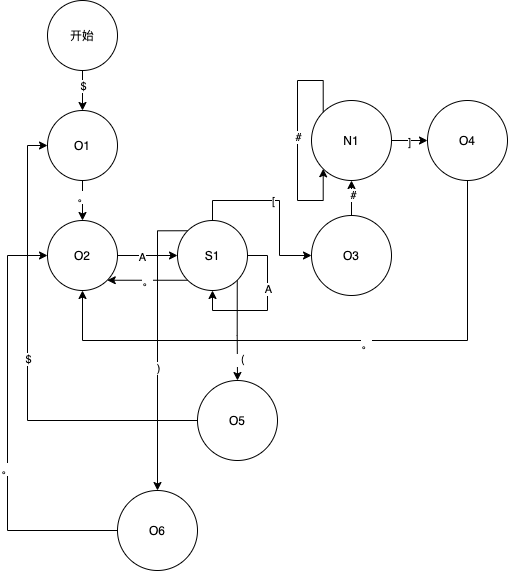
Above: status.png in Lydanne/ctxexp-parser (draw.io), before the change. Source tidied: cells renumbered, new cells last; positions are measured from the earlier drawing's top-left corner, leaving out a move shared by most shapes.
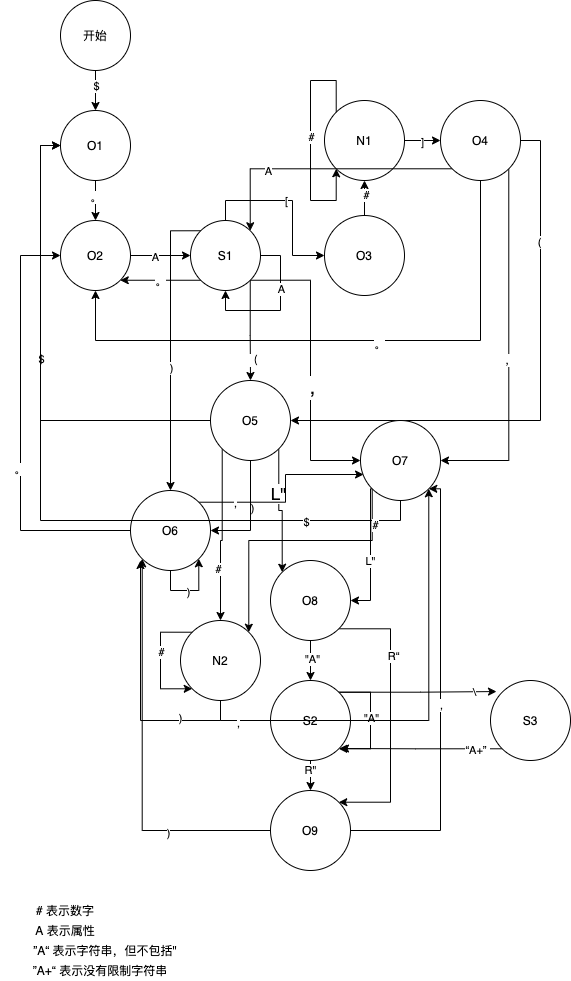
After the commit.

The edit, as a diff of the source:
```diff
@@ -68,6 +68,15 @@
     <mxCell id="21" value=")" style="edgeLabel;html=1;align=center;verticalAlign=middle;" parent="20" vertex="1">
       <mxGeometry x="0.15" relative="1" as="geometry" />
     </mxCell>
+    <mxCell id="40" style="edgeStyle=orthogonalEdgeStyle;rounded=0;jettySize=auto;html=1;exitX=1;exitY=1;exitDx=0;exitDy=0;entryX=0;entryY=0.5;entryDx=0;entryDy=0;" parent="1" edge="1" source="22" target="63">
+      <mxGeometry relative="1" as="geometry" />
+    </mxCell>
+    <mxCell id="41" value="," style="edgeLabel;html=1;align=center;verticalAlign=middle;" parent="40" vertex="1">
+      <mxGeometry x="0.08" y="1" relative="1" as="geometry" />
+    </mxCell>
+    <mxCell id="42" value="&lt;font style=&quot;font-size: 20px&quot;&gt;,&lt;/font&gt;" style="edgeLabel;html=1;align=center;verticalAlign=middle;" parent="40" vertex="1">
+      <mxGeometry x="0.15" y="1" relative="1" as="geometry" />
+    </mxCell>
     <mxCell id="22" value="S1" style="ellipse;whiteSpace=wrap;html=1;" parent="1" vertex="1">
       <mxGeometry x="170" y="220" width="70" height="70" as="geometry" />
     </mxCell>
@@ -113,6 +122,24 @@
     <mxCell id="32" value="。" style="edgeLabel;html=1;align=center;verticalAlign=middle;" parent="31" vertex="1">
       <mxGeometry x="-0.12" y="3" relative="1" as="geometry" />
     </mxCell>
+    <mxCell id="43" style="edgeStyle=orthogonalEdgeStyle;rounded=0;jettySize=auto;html=1;exitX=0;exitY=1;exitDx=0;exitDy=0;entryX=1;entryY=0;entryDx=0;entryDy=0;" parent="1" edge="1" source="33" target="22">
+      <mxGeometry relative="1" as="geometry" />
+    </mxCell>
+    <mxCell id="44" value="A" style="edgeLabel;html=1;align=center;verticalAlign=middle;" parent="43" vertex="1">
+      <mxGeometry x="0.39" y="2" relative="1" as="geometry" />
+    </mxCell>
+    <mxCell id="45" style="edgeStyle=orthogonalEdgeStyle;rounded=0;jettySize=auto;html=1;exitX=1;exitY=1;exitDx=0;exitDy=0;entryX=1;entryY=0.5;entryDx=0;entryDy=0;" parent="1" edge="1" source="33" target="63">
+      <mxGeometry relative="1" as="geometry" />
+    </mxCell>
+    <mxCell id="46" value="，" style="edgeLabel;html=1;align=center;verticalAlign=middle;" parent="45" vertex="1">
+      <mxGeometry x="0.06" y="1" relative="1" as="geometry" />
+    </mxCell>
+    <mxCell id="47" style="edgeStyle=orthogonalEdgeStyle;rounded=0;jettySize=auto;html=1;exitX=1;exitY=0.5;exitDx=0;exitDy=0;entryX=1;entryY=0.5;entryDx=0;entryDy=0;" parent="1" edge="1" source="33" target="36">
+      <mxGeometry relative="1" as="geometry" />
+    </mxCell>
+    <mxCell id="48" value="(" style="edgeLabel;html=1;align=center;verticalAlign=middle;" parent="47" vertex="1">
+      <mxGeometry x="-0.56" y="-2" relative="1" as="geometry" />
+    </mxCell>
     <mxCell id="33" value="O4" style="ellipse;whiteSpace=wrap;html=1;" parent="1" vertex="1">
       <mxGeometry x="420" y="100" width="80" height="80" as="geometry" />
     </mxCell>
@@ -122,6 +149,24 @@
     <mxCell id="35" value="$" style="edgeLabel;html=1;align=center;verticalAlign=middle;" parent="34" vertex="1">
       <mxGeometry relative="1" as="geometry" />
     </mxCell>
+    <mxCell id="49" style="edgeStyle=orthogonalEdgeStyle;rounded=0;jettySize=auto;html=1;exitX=0.5;exitY=1;exitDx=0;exitDy=0;entryX=1;entryY=0.5;entryDx=0;entryDy=0;" parent="1" edge="1" source="36" target="39">
+      <mxGeometry relative="1" as="geometry" />
+    </mxCell>
+    <mxCell id="50" value=")" style="edgeLabel;html=1;align=center;verticalAlign=middle;" parent="49" vertex="1">
+      <mxGeometry x="-0.15" y="1" relative="1" as="geometry" />
+    </mxCell>
+    <mxCell id="51" style="edgeStyle=orthogonalEdgeStyle;rounded=0;jettySize=auto;html=1;exitX=1;exitY=1;exitDx=0;exitDy=0;entryX=0;entryY=0;entryDx=0;entryDy=0;" parent="1" edge="1" source="36" target="70">
+      <mxGeometry relative="1" as="geometry" />
+    </mxCell>
+    <mxCell id="52" value="&lt;font style=&quot;font-size: 17px&quot;&gt;L&quot;&lt;/font&gt;" style="edgeLabel;html=1;align=center;verticalAlign=middle;" parent="51" vertex="1">
+      <mxGeometry x="-0.31" y="-1" relative="1" as="geometry" />
+    </mxCell>
+    <mxCell id="53" style="edgeStyle=orthogonalEdgeStyle;rounded=0;jettySize=auto;html=1;exitX=0;exitY=1;exitDx=0;exitDy=0;" parent="1" edge="1" source="36" target="87">
+      <mxGeometry relative="1" as="geometry" />
+    </mxCell>
+    <mxCell id="54" value="#" style="edgeLabel;html=1;align=center;verticalAlign=middle;" parent="53" vertex="1">
+      <mxGeometry x="0.41" y="-3" relative="1" as="geometry" />
+    </mxCell>
     <mxCell id="36" value="O5" style="ellipse;whiteSpace=wrap;html=1;" parent="1" vertex="1">
       <mxGeometry x="190" y="380" width="80" height="80" as="geometry" />
     </mxCell>
@@ -136,8 +181,175 @@
     <mxCell id="38" value="。" style="edgeLabel;html=1;align=center;verticalAlign=middle;" parent="37" vertex="1">
       <mxGeometry x="-0.19" y="2" relative="1" as="geometry" />
     </mxCell>
+    <mxCell id="55" style="edgeStyle=orthogonalEdgeStyle;rounded=0;jettySize=auto;html=1;exitX=1;exitY=0;exitDx=0;exitDy=0;entryX=0.038;entryY=0.675;entryDx=0;entryDy=0;entryPerimeter=0;" parent="1" edge="1" source="39" target="63">
+      <mxGeometry relative="1" as="geometry" />
+    </mxCell>
+    <mxCell id="56" value="," style="edgeLabel;html=1;align=center;verticalAlign=middle;" parent="55" vertex="1">
+      <mxGeometry x="-0.63" y="-1" relative="1" as="geometry" />
+    </mxCell>
     <mxCell id="39" value="O6" style="ellipse;whiteSpace=wrap;html=1;" parent="1" vertex="1">
       <mxGeometry x="110" y="490" width="80" height="80" as="geometry" />
     </mxCell>
+    <mxCell id="57" style="edgeStyle=orthogonalEdgeStyle;rounded=0;jettySize=auto;html=1;exitX=0.5;exitY=1;exitDx=0;exitDy=0;entryX=0;entryY=0.5;entryDx=0;entryDy=0;" parent="1" edge="1" source="63" target="8">
+      <mxGeometry relative="1" as="geometry" />
+    </mxCell>
+    <mxCell id="58" value="$" style="edgeLabel;html=1;align=center;verticalAlign=middle;" parent="57" vertex="1">
+      <mxGeometry x="-0.7" y="1" relative="1" as="geometry" />
+    </mxCell>
+    <mxCell id="59" style="edgeStyle=orthogonalEdgeStyle;rounded=0;jettySize=auto;html=1;exitX=0;exitY=1;exitDx=0;exitDy=0;entryX=1;entryY=0;entryDx=0;entryDy=0;" parent="1" edge="1" source="63" target="87">
+      <mxGeometry relative="1" as="geometry">
+        <Array as="points">
+          <mxPoint x="352" y="540" />
+          <mxPoint x="228" y="540" />
+        </Array>
+      </mxGeometry>
+    </mxCell>
+    <mxCell id="60" value="#" style="edgeLabel;html=1;align=center;verticalAlign=middle;" parent="59" vertex="1">
+      <mxGeometry x="-0.73" y="3" relative="1" as="geometry" />
+    </mxCell>
+    <mxCell id="61" style="edgeStyle=orthogonalEdgeStyle;rounded=0;jettySize=auto;html=1;exitX=0;exitY=1;exitDx=0;exitDy=0;entryX=1;entryY=0.5;entryDx=0;entryDy=0;" parent="1" edge="1" source="63" target="70">
+      <mxGeometry relative="1" as="geometry">
+        <Array as="points">
+          <mxPoint x="350" y="488" />
+          <mxPoint x="350" y="600" />
+        </Array>
+      </mxGeometry>
+    </mxCell>
+    <mxCell id="62" value="L&quot;" style="edgeLabel;html=1;align=center;verticalAlign=middle;" parent="61" vertex="1">
+      <mxGeometry x="0.12" y="-1" relative="1" as="geometry" />
+    </mxCell>
+    <mxCell id="63" value="O7" style="ellipse;whiteSpace=wrap;html=1;" parent="1" vertex="1">
+      <mxGeometry x="340" y="420" width="80" height="80" as="geometry" />
+    </mxCell>
+    <mxCell id="64" style="edgeStyle=orthogonalEdgeStyle;rounded=0;orthogonalLoop=1;jettySize=auto;html=1;exitX=0.5;exitY=1;exitDx=0;exitDy=0;entryX=1;entryY=1;entryDx=0;entryDy=0;" parent="1" edge="1" source="39" target="39">
+      <mxGeometry relative="1" as="geometry">
+        <Array as="points">
+          <mxPoint x="150" y="590" />
+          <mxPoint x="178" y="590" />
+        </Array>
+      </mxGeometry>
+    </mxCell>
+    <mxCell id="65" value=")" style="edgeLabel;html=1;align=center;verticalAlign=middle;" parent="64" vertex="1">
+      <mxGeometry x="-0.08" y="-1" relative="1" as="geometry" />
+    </mxCell>
+    <mxCell id="66" style="edgeStyle=orthogonalEdgeStyle;rounded=0;jettySize=auto;html=1;exitX=0.5;exitY=1;exitDx=0;exitDy=0;entryX=0.5;entryY=0;entryDx=0;entryDy=0;" parent="1" edge="1" source="70" target="77">
+      <mxGeometry relative="1" as="geometry" />
+    </mxCell>
+    <mxCell id="67" value="&quot;A&quot;" style="edgeLabel;html=1;align=center;verticalAlign=middle;" parent="66" vertex="1">
+      <mxGeometry x="-0.1" y="1" relative="1" as="geometry" />
+    </mxCell>
+    <mxCell id="68" style="edgeStyle=orthogonalEdgeStyle;rounded=0;jettySize=auto;html=1;exitX=1;exitY=1;exitDx=0;exitDy=0;entryX=1;entryY=0;entryDx=0;entryDy=0;" parent="1" edge="1" source="70" target="82">
+      <mxGeometry relative="1" as="geometry">
+        <Array as="points">
+          <mxPoint x="370" y="628" />
+          <mxPoint x="370" y="802" />
+        </Array>
+      </mxGeometry>
+    </mxCell>
+    <mxCell id="69" value="R“" style="edgeLabel;html=1;align=center;verticalAlign=middle;" parent="68" vertex="1">
+      <mxGeometry x="-0.43" y="2" relative="1" as="geometry" />
+    </mxCell>
+    <mxCell id="70" value="O8" style="ellipse;whiteSpace=wrap;html=1;" parent="1" vertex="1">
+      <mxGeometry x="250" y="560" width="80" height="80" as="geometry" />
+    </mxCell>
+    <mxCell id="71" style="edgeStyle=orthogonalEdgeStyle;rounded=0;orthogonalLoop=1;jettySize=auto;html=1;exitX=1;exitY=0;exitDx=0;exitDy=0;entryX=1;entryY=1;entryDx=0;entryDy=0;" parent="1" edge="1" source="77" target="77">
+      <mxGeometry relative="1" as="geometry">
+        <Array as="points">
+          <mxPoint x="350" y="692" />
+          <mxPoint x="350" y="748" />
+        </Array>
+      </mxGeometry>
+    </mxCell>
+    <mxCell id="72" value="&quot;A&quot;" style="edgeLabel;html=1;align=center;verticalAlign=middle;" parent="71" vertex="1">
+      <mxGeometry x="-0.03" relative="1" as="geometry" />
+    </mxCell>
+    <mxCell id="73" style="edgeStyle=orthogonalEdgeStyle;rounded=0;jettySize=auto;html=1;exitX=0.5;exitY=1;exitDx=0;exitDy=0;entryX=0.5;entryY=0;entryDx=0;entryDy=0;" parent="1" edge="1" source="77" target="82">
+      <mxGeometry relative="1" as="geometry" />
+    </mxCell>
+    <mxCell id="74" value="R&quot;" style="edgeLabel;html=1;align=center;verticalAlign=middle;" parent="73" vertex="1">
+      <mxGeometry x="-0.4" y="-1" relative="1" as="geometry" />
+    </mxCell>
+    <mxCell id="75" style="edgeStyle=orthogonalEdgeStyle;rounded=0;jettySize=auto;html=1;exitX=1;exitY=0;exitDx=0;exitDy=0;entryX=0.075;entryY=0.138;entryDx=0;entryDy=0;entryPerimeter=0;" parent="1" edge="1" source="77" target="92">
+      <mxGeometry relative="1" as="geometry" />
+    </mxCell>
+    <mxCell id="76" value="\" style="edgeLabel;html=1;align=center;verticalAlign=middle;" parent="75" vertex="1">
+      <mxGeometry x="0.72" relative="1" as="geometry" />
+    </mxCell>
+    <mxCell id="77" value="S2" style="ellipse;whiteSpace=wrap;html=1;" parent="1" vertex="1">
+      <mxGeometry x="250" y="680" width="80" height="80" as="geometry" />
+    </mxCell>
+    <mxCell id="78" style="edgeStyle=orthogonalEdgeStyle;rounded=0;jettySize=auto;html=1;exitX=1;exitY=0.5;exitDx=0;exitDy=0;entryX=1;entryY=1;entryDx=0;entryDy=0;" parent="1" edge="1" source="82" target="63">
+      <mxGeometry relative="1" as="geometry">
+        <Array as="points">
+          <mxPoint x="420" y="830" />
+          <mxPoint x="420" y="488" />
+        </Array>
+      </mxGeometry>
+    </mxCell>
+    <mxCell id="79" value="," style="edgeLabel;html=1;align=center;verticalAlign=middle;" parent="78" vertex="1">
+      <mxGeometry x="-0.03" relative="1" as="geometry" />
+    </mxCell>
+    <mxCell id="80" style="edgeStyle=orthogonalEdgeStyle;rounded=0;jettySize=auto;html=1;exitX=0;exitY=0.5;exitDx=0;exitDy=0;entryX=0;entryY=1;entryDx=0;entryDy=0;" parent="1" edge="1" source="82" target="39">
+      <mxGeometry relative="1" as="geometry" />
+    </mxCell>
+    <mxCell id="81" value=")" style="edgeLabel;html=1;align=center;verticalAlign=middle;" parent="80" vertex="1">
+      <mxGeometry x="-0.48" y="2" relative="1" as="geometry" />
+    </mxCell>
+    <mxCell id="82" value="O9" style="ellipse;whiteSpace=wrap;html=1;" parent="1" vertex="1">
+      <mxGeometry x="250" y="790" width="80" height="80" as="geometry" />
+    </mxCell>
+    <mxCell id="83" style="edgeStyle=orthogonalEdgeStyle;rounded=0;jettySize=auto;html=1;exitX=0.5;exitY=1;exitDx=0;exitDy=0;entryX=1;entryY=1;entryDx=0;entryDy=0;" parent="1" edge="1" source="87" target="63">
+      <mxGeometry relative="1" as="geometry" />
+    </mxCell>
+    <mxCell id="84" value="," style="edgeLabel;html=1;align=center;verticalAlign=middle;" parent="83" vertex="1">
+      <mxGeometry x="-0.84" y="-2" relative="1" as="geometry" />
+    </mxCell>
+    <mxCell id="85" style="edgeStyle=orthogonalEdgeStyle;rounded=0;jettySize=auto;html=1;exitX=0.5;exitY=1;exitDx=0;exitDy=0;" parent="1" edge="1" source="87">
+      <mxGeometry relative="1" as="geometry">
+        <mxPoint x="120" y="560" as="targetPoint" />
+      </mxGeometry>
+    </mxCell>
+    <mxCell id="86" value=")" style="edgeLabel;html=1;align=center;verticalAlign=middle;" parent="85" vertex="1">
+      <mxGeometry x="-0.53" y="-3" relative="1" as="geometry" />
+    </mxCell>
+    <mxCell id="87" value="N2" style="ellipse;whiteSpace=wrap;html=1;" parent="1" vertex="1">
+      <mxGeometry x="160" y="620" width="80" height="80" as="geometry" />
+    </mxCell>
+    <mxCell id="88" style="edgeStyle=orthogonalEdgeStyle;rounded=0;orthogonalLoop=1;jettySize=auto;html=1;exitX=0;exitY=0;exitDx=0;exitDy=0;entryX=0;entryY=1;entryDx=0;entryDy=0;" parent="1" edge="1" source="87" target="87">
+      <mxGeometry relative="1" as="geometry">
+        <Array as="points">
+          <mxPoint x="140" y="632" />
+          <mxPoint x="140" y="688" />
+        </Array>
+      </mxGeometry>
+    </mxCell>
+    <mxCell id="89" value="#" style="edgeLabel;html=1;align=center;verticalAlign=middle;" parent="88" vertex="1">
+      <mxGeometry x="-0.13" relative="1" as="geometry" />
+    </mxCell>
+    <mxCell id="90" style="edgeStyle=orthogonalEdgeStyle;rounded=0;jettySize=auto;html=1;exitX=0;exitY=1;exitDx=0;exitDy=0;" parent="1" edge="1" source="92">
+      <mxGeometry relative="1" as="geometry">
+        <mxPoint x="320" y="748" as="targetPoint" />
+      </mxGeometry>
+    </mxCell>
+    <mxCell id="91" value="“A+”&amp;nbsp;" style="edgeLabel;html=1;align=center;verticalAlign=middle;" parent="90" vertex="1">
+      <mxGeometry x="-0.71" y="1" relative="1" as="geometry">
+        <mxPoint x="-1" as="offset" />
+      </mxGeometry>
+    </mxCell>
+    <mxCell id="92" value="S3" style="ellipse;whiteSpace=wrap;html=1;" parent="1" vertex="1">
+      <mxGeometry x="470" y="680" width="80" height="80" as="geometry" />
+    </mxCell>
+    <mxCell id="93" value="# 表示数字" style="text;html=1;strokeColor=none;fillColor=none;align=center;verticalAlign=middle;whiteSpace=wrap;rounded=0;" parent="1" vertex="1">
+      <mxGeometry x="-20" y="900" width="130" height="20" as="geometry" />
+    </mxCell>
+    <mxCell id="94" value="A 表示属性" style="text;html=1;strokeColor=none;fillColor=none;align=center;verticalAlign=middle;whiteSpace=wrap;rounded=0;" parent="1" vertex="1">
+      <mxGeometry x="-20" y="920" width="130" height="20" as="geometry" />
+    </mxCell>
+    <mxCell id="95" value="”A“ 表示字符串，但不包括&quot;" style="text;html=1;strokeColor=none;fillColor=none;align=center;verticalAlign=middle;whiteSpace=wrap;rounded=0;" parent="1" vertex="1">
+      <mxGeometry y="940" width="170" height="20" as="geometry" />
+    </mxCell>
+    <mxCell id="96" value="”A+“ 表示没有限制字符串" style="text;html=1;strokeColor=none;fillColor=none;align=center;verticalAlign=middle;whiteSpace=wrap;rounded=0;" parent="1" vertex="1">
+      <mxGeometry x="10" y="960" width="140" height="20" as="geometry" />
+    </mxCell>
   </root>
 </mxGraphModel>
```
